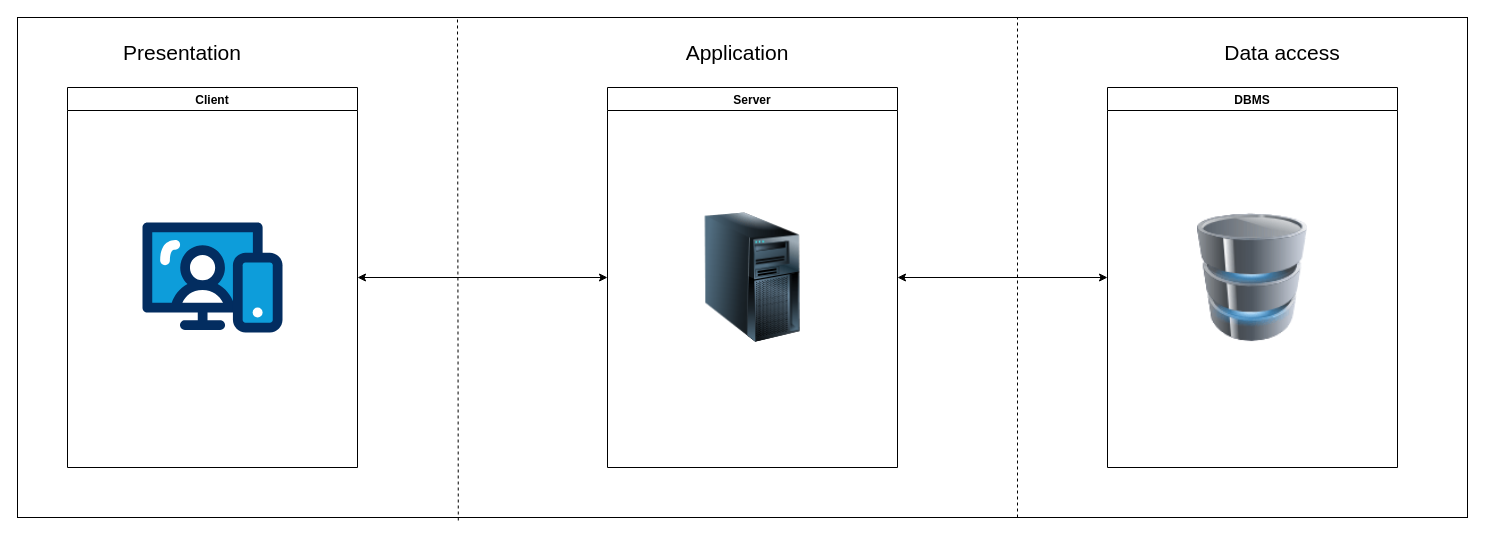
This is DD/Diagrams/three_tier.drawio from piconepaolo/PiconeRusso, a draw.io file, before an edit. Source tidied: cells renumbered, new cells numbered last; positions are measured from the earlier drawing's top-left corner, leaving out a move shared by most shapes. Both pictures are drawn from the tidied source at 100%, with x=0, y=0 at pixel (17, 17).
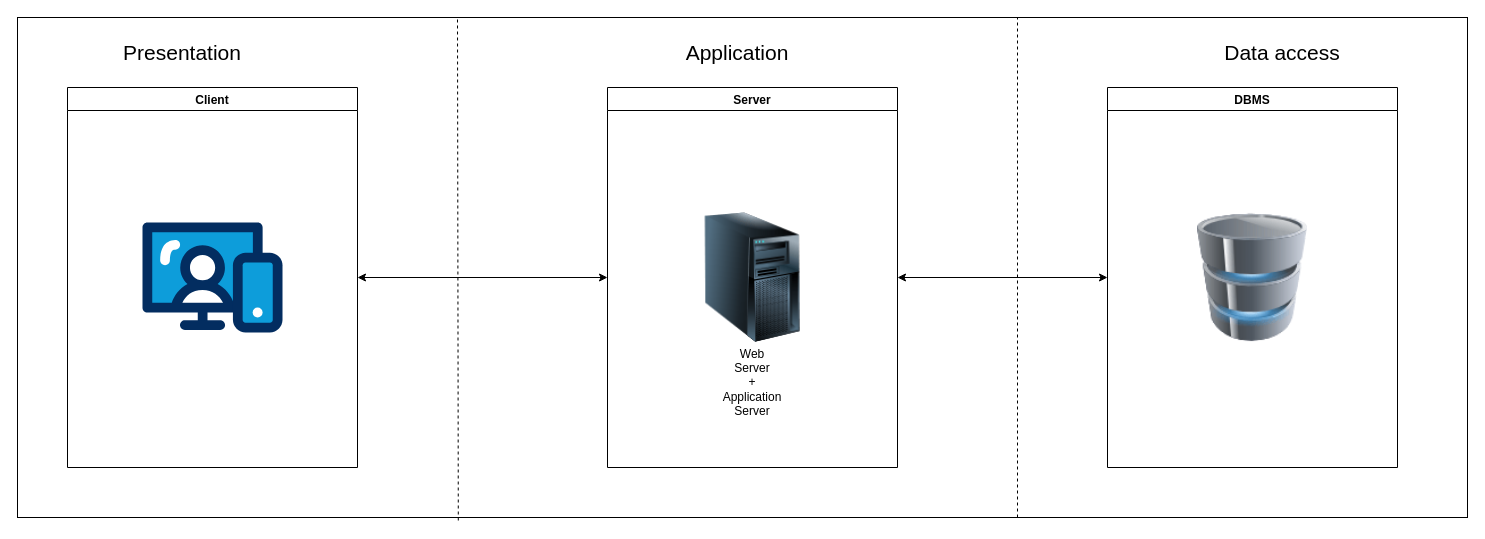
Above is the later version.

Change to the diagram source:
```diff
@@
 <mxGraphModel>
   <root>
     <mxCell id="0" />
     <mxCell id="1" parent="0" />
     <mxCell id="2" style="rounded=0;whiteSpace=wrap;html=1;gradientColor=none;" parent="1" vertex="1">
       <mxGeometry width="1450" height="500" as="geometry" />
     </mxCell>
     <mxCell id="3" value="&lt;font style=&quot;font-size: 21px;&quot;&gt;Presentation&lt;/font&gt;" style="text;html=1;strokeColor=none;fillColor=none;align=center;verticalAlign=middle;whiteSpace=wrap;rounded=0;" parent="1" vertex="1">
       <mxGeometry x="40" width="250" height="70" as="geometry" />
     </mxCell>
     <mxCell id="4" value="&lt;font style=&quot;font-size: 21px;&quot;&gt;Application&lt;/font&gt;" style="text;html=1;strokeColor=none;fillColor=none;align=center;verticalAlign=middle;whiteSpace=wrap;rounded=0;" parent="1" vertex="1">
       <mxGeometry x="595" width="250" height="70" as="geometry" />
     </mxCell>
     <mxCell id="5" value="&lt;font style=&quot;font-size: 21px;&quot;&gt;Data access&lt;/font&gt;" style="text;html=1;strokeColor=none;fillColor=none;align=center;verticalAlign=middle;whiteSpace=wrap;rounded=0;" parent="1" vertex="1">
       <mxGeometry x="1140" width="250" height="70" as="geometry" />
     </mxCell>
     <mxCell id="6" style="endArrow=none;html=1;rounded=0;dashed=1;entryX=0.25;entryY=0;entryDx=0;entryDy=0;exitX=0.304;exitY=1.006;exitDx=0;exitDy=0;exitPerimeter=0;" parent="1" edge="1" source="2">
       <mxGeometry relative="1" as="geometry">
         <mxPoint x="440" as="targetPoint" />
       </mxGeometry>
     </mxCell>
     <mxCell id="7" style="endArrow=none;html=1;rounded=0;dashed=1;entryX=0.25;entryY=0;entryDx=0;entryDy=0;" parent="1" edge="1">
       <mxGeometry relative="1" as="geometry">
         <mxPoint x="1000" y="500" as="sourcePoint" />
         <mxPoint x="1000" as="targetPoint" />
       </mxGeometry>
     </mxCell>
     <mxCell id="8" value="Client" style="swimlane;absoluteArcSize=0;" parent="1" vertex="1">
       <mxGeometry x="50" y="70" width="290" height="380" as="geometry" />
     </mxCell>
     <mxCell id="9" style="verticalLabelPosition=bottom;html=1;shape=mxgraph.salesforce.web;" parent="8" vertex="1">
       <mxGeometry x="75" y="134.7" width="140" height="110.6" as="geometry" />
     </mxCell>
     <mxCell id="10" value="Server" style="swimlane;absoluteArcSize=0;" parent="1" vertex="1">
       <mxGeometry x="590" y="70" width="290" height="380" as="geometry" />
     </mxCell>
     <mxCell id="11" style="image;html=1;image=img/lib/clip_art/computers/Server_Tower_128x128.png;" parent="10" vertex="1">
       <mxGeometry x="85" y="125" width="120" height="130" as="geometry" />
     </mxCell>
+    <mxCell id="16" value="Web Server&lt;br&gt;+&lt;br&gt;Application Server" style="text;html=1;strokeColor=none;fillColor=none;align=center;verticalAlign=middle;whiteSpace=wrap;rounded=0;" parent="10" vertex="1">
+      <mxGeometry x="115" y="280" width="60" height="30" as="geometry" />
+    </mxCell>
     <mxCell id="12" value="DBMS" style="swimlane;absoluteArcSize=0;" parent="1" vertex="1">
       <mxGeometry x="1090" y="70" width="290" height="380" as="geometry" />
     </mxCell>
     <mxCell id="13" style="image;html=1;image=img/lib/clip_art/computers/Database_128x128.png;" parent="12" vertex="1">
       <mxGeometry x="90" y="125" width="110" height="130" as="geometry" />
     </mxCell>
     <mxCell id="14" style="endArrow=classic;startArrow=classic;html=1;rounded=0;exitX=1;exitY=0.5;exitDx=0;exitDy=0;entryX=0;entryY=0.5;entryDx=0;entryDy=0;" parent="1" edge="1" source="8" target="10">
       <mxGeometry relative="1" as="geometry" />
     </mxCell>
     <mxCell id="15" style="endArrow=classic;startArrow=classic;html=1;rounded=0;entryX=0;entryY=0.5;entryDx=0;entryDy=0;exitX=1;exitY=0.5;exitDx=0;exitDy=0;" parent="1" edge="1" source="10" target="12">
       <mxGeometry relative="1" as="geometry" />
     </mxCell>
   </root>
 </mxGraphModel>
```
